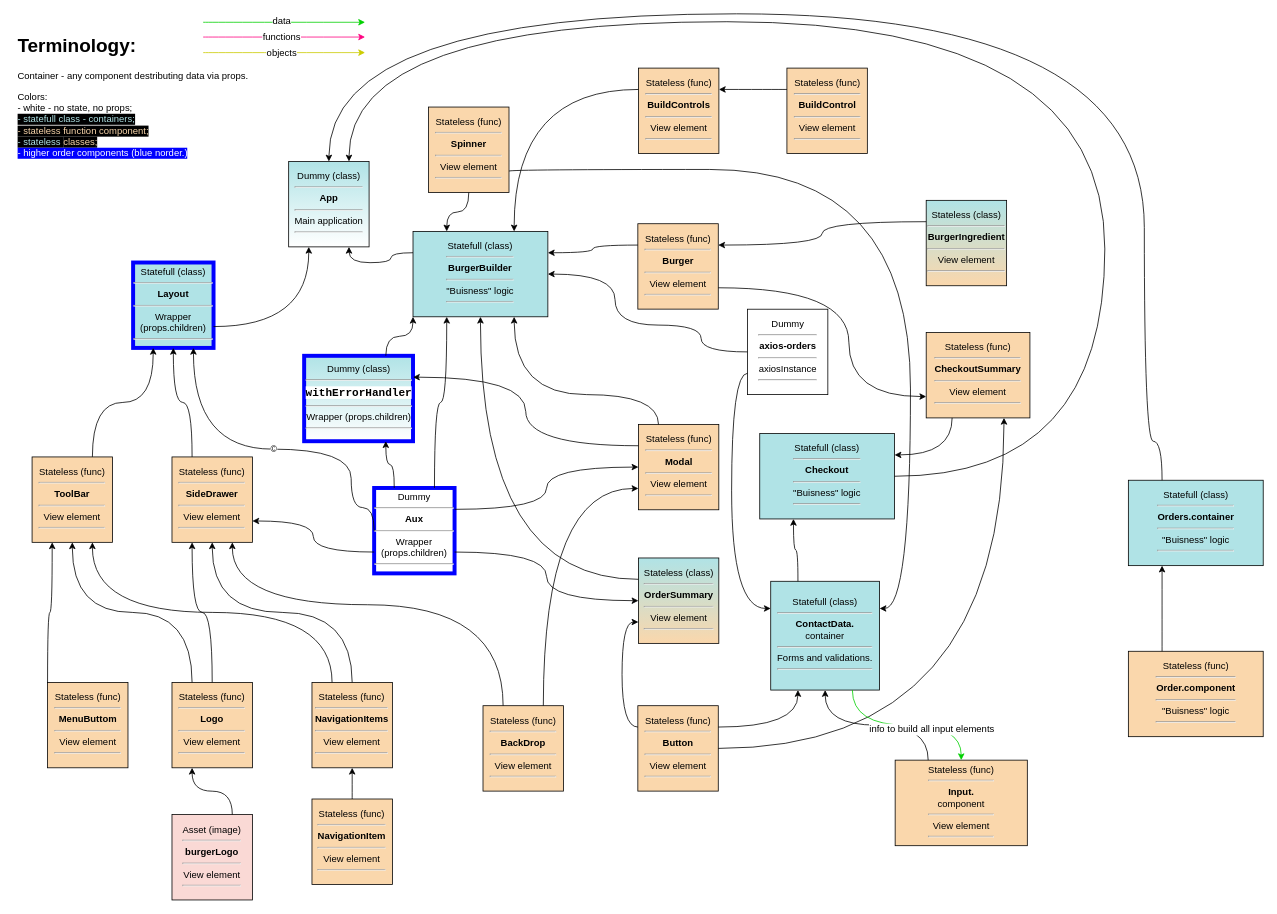
Above: page "Application stracture" (5 of 5) of burger-builder.drawio in Sergey190309/burger-builder (draw.io), before the change. Source tidied: cells renumbered, new cells numbered last; positions are measured from the earlier drawing's top-left corner, leaving out a move shared by most shapes. Both pictures are drawn from the tidied source at 79%, with x=0, y=0 at pixel (13, 13).
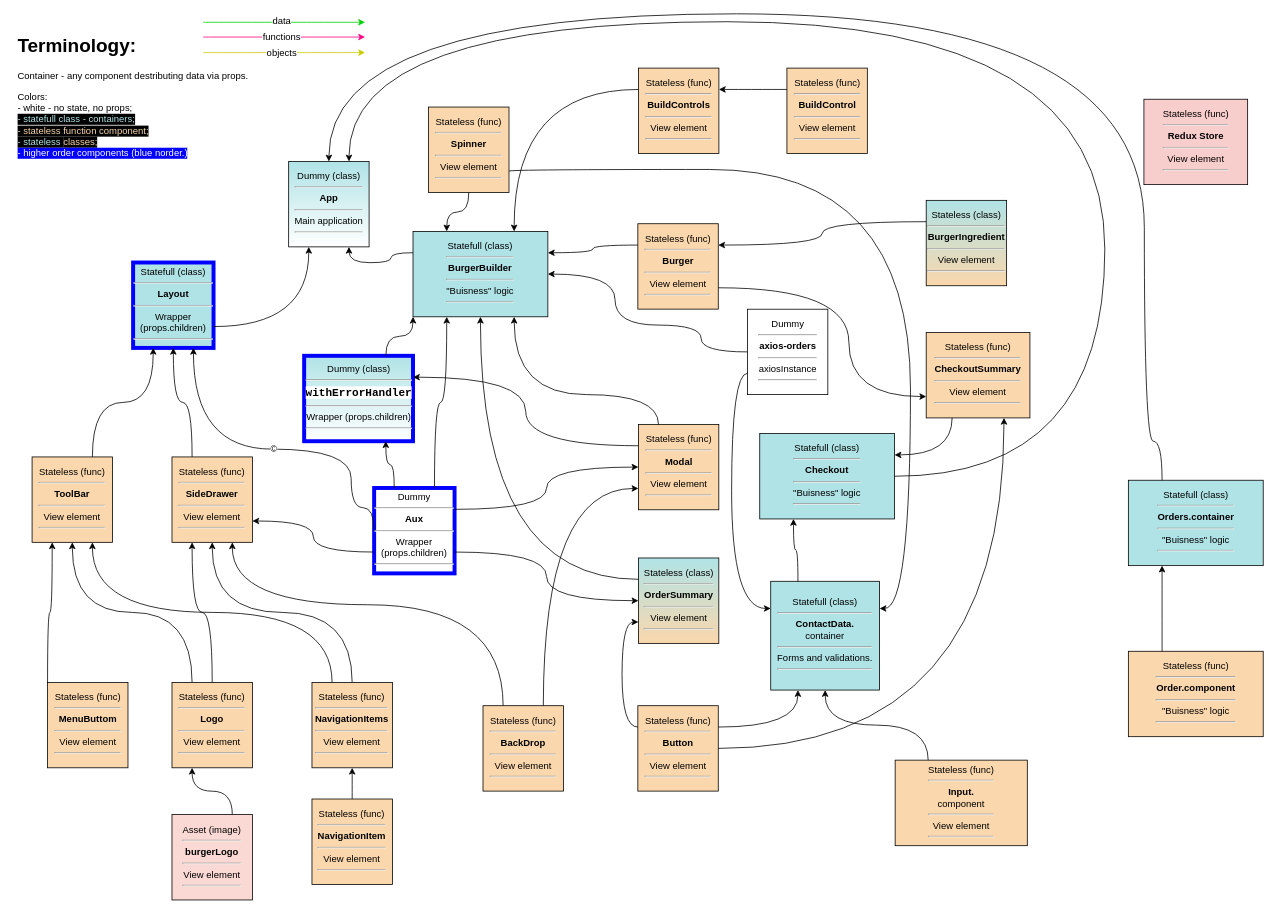
After the change.

Commit message (it also covers changes not shown here):
redux for ingredients

The change refers to these unchanged cells:
```xml
<mxCell id="36" value="Statefull (class)&lt;br&gt;&lt;hr&gt;&lt;b&gt;ContactData.&lt;br&gt;&lt;/b&gt;container&lt;br&gt;&lt;hr&gt;Forms and validations.&lt;br&gt;&lt;hr&gt;" style="rounded=0;whiteSpace=wrap;html=1;fillColor=#b0e3e6;strokeColor=#000000;arcSize=0;glass=0;comic=0;shadow=0;" parent="9" vertex="1">
  <mxGeometry x="958.1" y="718.3" width="137.8" height="137.7" as="geometry" />
</mxCell>
<mxCell id="39" value="Stateless (func)&lt;br&gt;&lt;hr&gt;&lt;b&gt;Input.&lt;br&gt;&lt;/b&gt;component&lt;br&gt;&lt;hr&gt;View element&lt;br&gt;&lt;hr&gt;" style="rounded=0;whiteSpace=wrap;html=1;fillColor=#fad7ac;strokeColor=#000000;arcSize=0;glass=0;comic=0;shadow=0;" parent="9" vertex="1">
  <mxGeometry x="1115.6" y="944.7" width="167.3" height="108.3" as="geometry" />
</mxCell>
```

The edit, as a diff of the source:
```diff
@@
+    <mxCell id="87" parent="0" />
+    <mxCell id="88" value="Stateless (func)&lt;br&gt;&lt;hr&gt;&lt;b&gt;Redux Store&lt;/b&gt;&lt;br&gt;&lt;hr&gt;View element&lt;br&gt;&lt;hr&gt;" style="rounded=0;whiteSpace=wrap;html=1;fillColor=#f8cecc;strokeColor=#000000;arcSize=0;glass=0;comic=0;shadow=0;" parent="87" vertex="1">
+      <mxGeometry x="1430.5" y="108.1" width="131.3" height="108.1" as="geometry" />
+    </mxCell>
@@
-    <mxCell id="84" parent="0" />
-    <mxCell id="85" style="edgeStyle=orthogonalEdgeStyle;curved=1;rounded=0;jettySize=auto;html=1;exitX=0.75;exitY=1;exitDx=0;exitDy=0;entryX=0.5;entryY=0;entryDx=0;entryDy=0;strokeColor=#00D100;" parent="84" edge="1" source="36" target="39">
-      <mxGeometry relative="1" as="geometry" />
-    </mxCell>
-    <mxCell id="86" value="info to build all input elements" style="text;html=1;align=center;verticalAlign=middle;labelBackgroundColor=#ffffff;" parent="85" vertex="1">
-      <mxGeometry x="0.27" y="-5" relative="1" as="geometry" />
-    </mxCell>
```
